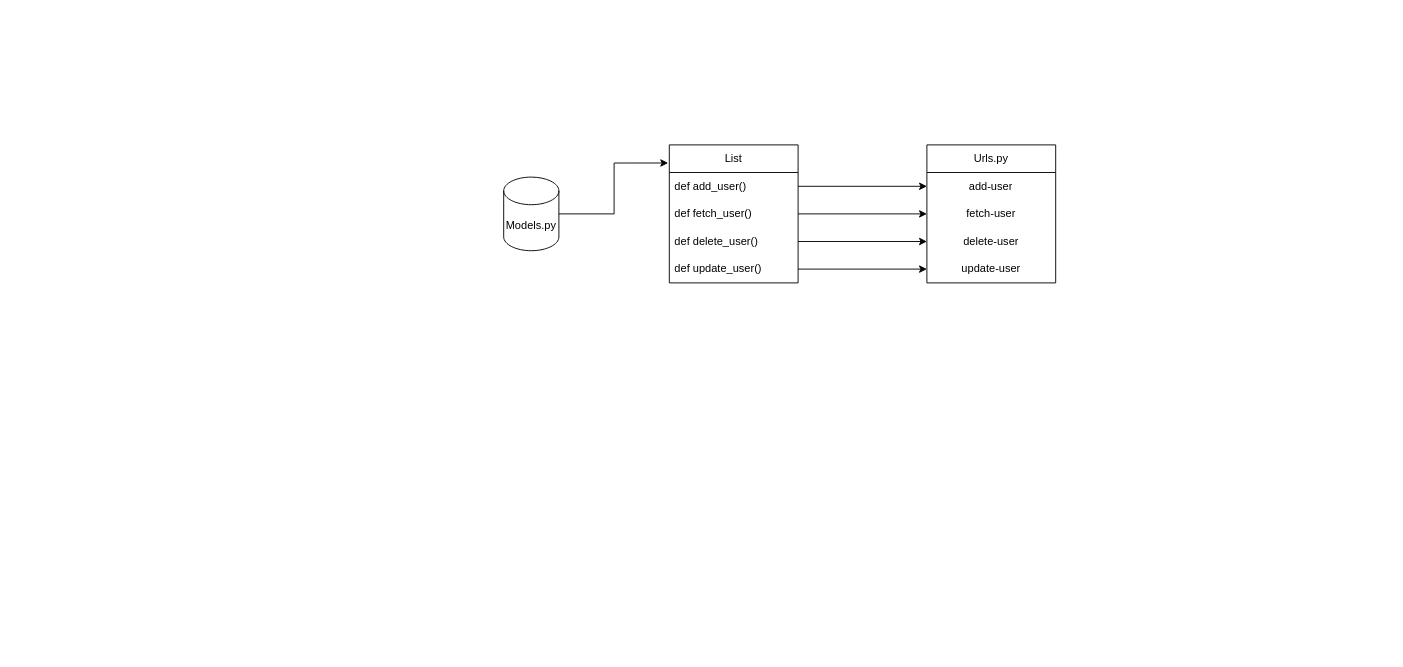
Before: Untitled Diagram.drawio in ashokpkumar/warren, a draw.io diagram. Source tidied: cells renumbered, new cells numbered last; positions are measured from the earlier drawing's top-left corner, leaving out a move shared by most shapes. Both pictures are drawn from the tidied source at 92%, with x=0, y=0 at pixel (503, 144).
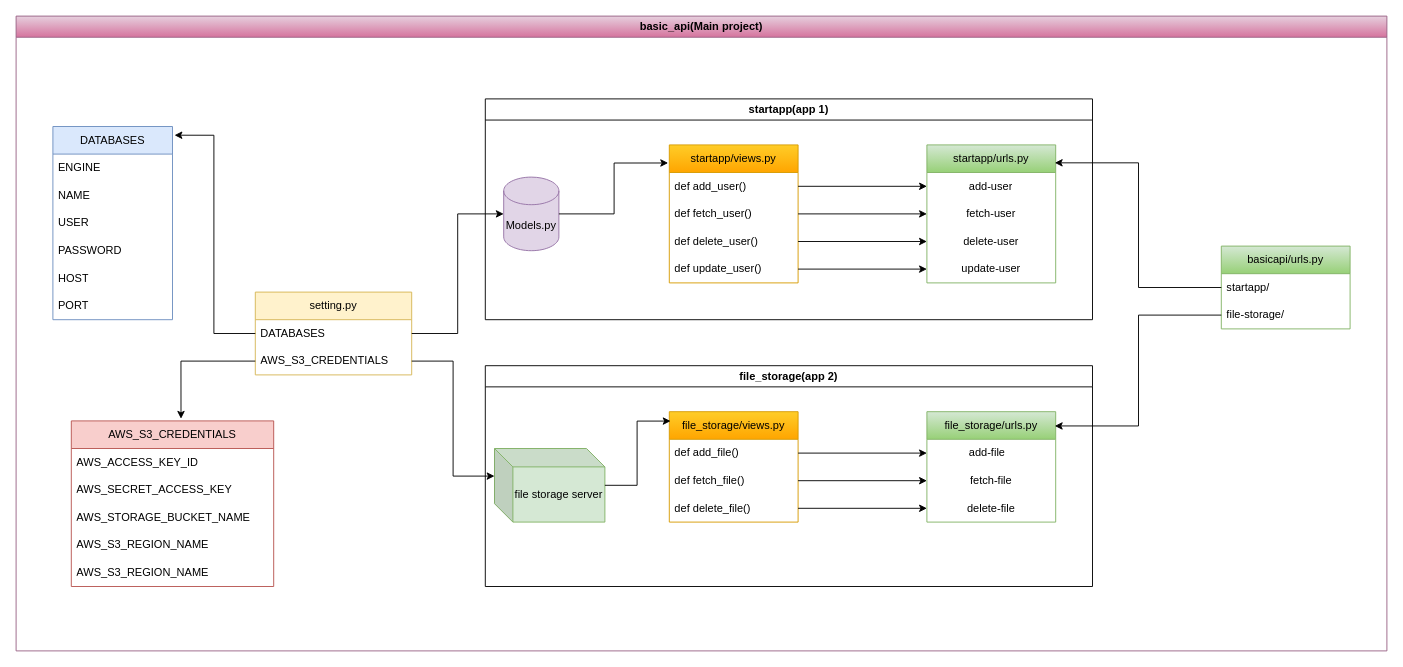
The same diagram, later.

Diff of the diagram source:
```diff
@@
-    <mxCell id="2" value="Models.py" style="shape=cylinder3;whiteSpace=wrap;html=1;boundedLbl=1;backgroundOutline=1;size=15;" parent="1" vertex="1">
+    <mxCell id="2" value="Models.py" style="shape=cylinder3;whiteSpace=wrap;html=1;boundedLbl=1;backgroundOutline=1;size=15;fillColor=#e1d5e7;strokeColor=#9673a6;" parent="1" vertex="1">
       <mxGeometry y="35" width="60" height="80" as="geometry" />
     </mxCell>
-    <mxCell id="3" value="Urls.py" style="swimlane;fontStyle=0;horizontal=1;startSize=30;whiteSpace=wrap;html=1;" parent="1" vertex="1">
+    <mxCell id="3" value="startapp/urls.py" style="swimlane;fontStyle=0;horizontal=1;startSize=30;whiteSpace=wrap;html=1;fillColor=#d5e8d4;gradientColor=#97d077;strokeColor=#82b366;" parent="1" vertex="1">
       <mxGeometry x="460" width="140" height="150" as="geometry" />
     </mxCell>
@@
-    <mxCell id="8" value="List" style="swimlane;fontStyle=0;horizontal=1;startSize=30;whiteSpace=wrap;html=1;" parent="1" vertex="1">
+    <mxCell id="8" value="startapp/views.py" style="swimlane;fontStyle=0;horizontal=1;startSize=30;whiteSpace=wrap;html=1;fillColor=#ffcd28;strokeColor=#d79b00;gradientColor=#ffa500;" parent="1" vertex="1">
       <mxGeometry x="180" width="140" height="150" as="geometry" />
     </mxCell>
@@
+    <mxCell id="18" value="startapp(app 1)" style="swimlane;whiteSpace=wrap;html=1;" parent="1" vertex="1">
+      <mxGeometry x="-20" y="-50" width="660" height="240" as="geometry" />
+    </mxCell>
+    <mxCell id="19" value="file_storage/urls.py" style="swimlane;fontStyle=0;horizontal=1;startSize=30;whiteSpace=wrap;html=1;fillColor=#d5e8d4;gradientColor=#97d077;strokeColor=#82b366;" parent="1" vertex="1">
+      <mxGeometry x="460" y="290" width="140" height="120" as="geometry" />
+    </mxCell>
+    <mxCell id="20" value="&lt;blockquote style=&quot;margin: 0 0 0 40px; border: none; padding: 0px;&quot;&gt;add-file&lt;/blockquote&gt;" style="text;strokeColor=none;fillColor=none;align=left;verticalAlign=middle;spacingLeft=4;spacingRight=4;overflow=hidden;points=[[0,0.5],[1,0.5]];portConstraint=eastwest;whiteSpace=wrap;html=1;" parent="19" vertex="1">
+      <mxGeometry y="30" width="140" height="30" as="geometry" />
+    </mxCell>
+    <mxCell id="21" value="fetch-file" style="text;strokeColor=none;fillColor=none;align=center;verticalAlign=middle;spacingLeft=4;spacingRight=4;overflow=hidden;points=[[0,0.5],[1,0.5]];portConstraint=eastwest;whiteSpace=wrap;html=1;" parent="19" vertex="1">
+      <mxGeometry y="60" width="140" height="30" as="geometry" />
+    </mxCell>
+    <mxCell id="22" value="delete-file" style="text;strokeColor=none;fillColor=none;align=center;verticalAlign=middle;spacingLeft=4;spacingRight=4;overflow=hidden;points=[[0,0.5],[1,0.5]];portConstraint=eastwest;whiteSpace=wrap;html=1;" parent="19" vertex="1">
+      <mxGeometry y="90" width="140" height="30" as="geometry" />
+    </mxCell>
+    <mxCell id="23" value="file_storage/views.py" style="swimlane;fontStyle=0;horizontal=1;startSize=30;whiteSpace=wrap;html=1;fillColor=#ffcd28;gradientColor=#ffa500;strokeColor=#d79b00;" parent="1" vertex="1">
+      <mxGeometry x="180" y="290" width="140" height="120" as="geometry" />
+    </mxCell>
+    <mxCell id="24" value="def add_file()" style="text;strokeColor=none;fillColor=none;align=left;verticalAlign=middle;spacingLeft=4;spacingRight=4;overflow=hidden;points=[[0,0.5],[1,0.5]];portConstraint=eastwest;whiteSpace=wrap;html=1;" parent="23" vertex="1">
+      <mxGeometry y="30" width="140" height="30" as="geometry" />
+    </mxCell>
+    <mxCell id="25" value="def fetch_file()" style="text;strokeColor=none;fillColor=none;align=left;verticalAlign=middle;spacingLeft=4;spacingRight=4;overflow=hidden;points=[[0,0.5],[1,0.5]];portConstraint=eastwest;whiteSpace=wrap;html=1;" parent="23" vertex="1">
+      <mxGeometry y="60" width="140" height="30" as="geometry" />
+    </mxCell>
+    <mxCell id="26" value="def delete_file()" style="text;strokeColor=none;fillColor=none;align=left;verticalAlign=middle;spacingLeft=4;spacingRight=4;overflow=hidden;points=[[0,0.5],[1,0.5]];portConstraint=eastwest;whiteSpace=wrap;html=1;" parent="23" vertex="1">
+      <mxGeometry y="90" width="140" height="30" as="geometry" />
+    </mxCell>
+    <mxCell id="27" style="edgeStyle=orthogonalEdgeStyle;rounded=0;jettySize=auto;html=1;entryX=0;entryY=0.5;entryDx=0;entryDy=0;" parent="1" edge="1" source="24" target="20">
+      <mxGeometry relative="1" as="geometry" />
+    </mxCell>
+    <mxCell id="28" style="edgeStyle=orthogonalEdgeStyle;rounded=0;jettySize=auto;html=1;entryX=0;entryY=0.5;entryDx=0;entryDy=0;" parent="1" edge="1" source="25" target="21">
+      <mxGeometry relative="1" as="geometry" />
+    </mxCell>
+    <mxCell id="29" style="edgeStyle=orthogonalEdgeStyle;rounded=0;jettySize=auto;html=1;entryX=0;entryY=0.5;entryDx=0;entryDy=0;" parent="1" edge="1" source="26" target="22">
+      <mxGeometry relative="1" as="geometry" />
+    </mxCell>
+    <mxCell id="30" value="file_storage(app 2)" style="swimlane;whiteSpace=wrap;html=1;" parent="1" vertex="1">
+      <mxGeometry x="-20" y="240" width="660" height="240" as="geometry" />
+    </mxCell>
+    <mxCell id="31" value="file storage server" style="shape=cube;whiteSpace=wrap;html=1;boundedLbl=1;backgroundOutline=1;darkOpacity=0.05;darkOpacity2=0.1;fillColor=#d5e8d4;strokeColor=#82b366;" parent="30" vertex="1">
+      <mxGeometry x="10" y="90" width="120" height="80" as="geometry" />
+    </mxCell>
+    <mxCell id="32" style="edgeStyle=orthogonalEdgeStyle;rounded=0;jettySize=auto;html=1;entryX=0.01;entryY=0.085;entryDx=0;entryDy=0;entryPerimeter=0;" parent="1" edge="1" source="31" target="23">
+      <mxGeometry relative="1" as="geometry" />
+    </mxCell>
+    <mxCell id="33" value="basic_api(Main project)" style="swimlane;whiteSpace=wrap;html=1;fillColor=#e6d0de;gradientColor=#d5739d;strokeColor=#996185;" parent="1" vertex="1">
+      <mxGeometry x="-530" y="-140" width="1490" height="690" as="geometry" />
+    </mxCell>
+    <mxCell id="34" value="basicapi/urls.py" style="swimlane;fontStyle=0;horizontal=1;startSize=30;whiteSpace=wrap;html=1;fillColor=#d5e8d4;gradientColor=#97d077;strokeColor=#82b366;" parent="33" vertex="1">
+      <mxGeometry x="1310" y="250" width="140" height="90" as="geometry" />
+    </mxCell>
+    <mxCell id="35" value="startapp/" style="text;strokeColor=none;fillColor=none;align=left;verticalAlign=middle;spacingLeft=4;spacingRight=4;overflow=hidden;points=[[0,0.5],[1,0.5]];portConstraint=eastwest;whiteSpace=wrap;html=1;" parent="34" vertex="1">
+      <mxGeometry y="30" width="140" height="30" as="geometry" />
+    </mxCell>
+    <mxCell id="36" value="file-storage/" style="text;strokeColor=none;fillColor=none;align=left;verticalAlign=middle;spacingLeft=4;spacingRight=4;overflow=hidden;points=[[0,0.5],[1,0.5]];portConstraint=eastwest;whiteSpace=wrap;html=1;" parent="34" vertex="1">
+      <mxGeometry y="60" width="140" height="30" as="geometry" />
+    </mxCell>
+    <mxCell id="37" value="setting.py" style="swimlane;fontStyle=0;horizontal=1;startSize=30;whiteSpace=wrap;html=1;fillColor=#fff2cc;strokeColor=#d6b656;" parent="33" vertex="1">
+      <mxGeometry x="260" y="300" width="170" height="90" as="geometry" />
+    </mxCell>
+    <mxCell id="38" value="DATABASES" style="text;strokeColor=none;fillColor=none;align=left;verticalAlign=middle;spacingLeft=4;spacingRight=4;overflow=hidden;points=[[0,0.5],[1,0.5]];portConstraint=eastwest;whiteSpace=wrap;html=1;" parent="37" vertex="1">
+      <mxGeometry y="30" width="170" height="30" as="geometry" />
+    </mxCell>
+    <mxCell id="39" value="AWS_S3_CREDENTIALS" style="text;strokeColor=none;fillColor=none;align=left;verticalAlign=middle;spacingLeft=4;spacingRight=4;overflow=hidden;points=[[0,0.5],[1,0.5]];portConstraint=eastwest;whiteSpace=wrap;html=1;" parent="37" vertex="1">
+      <mxGeometry y="60" width="170" height="30" as="geometry" />
+    </mxCell>
+    <mxCell id="40" value="DATABASES" style="swimlane;fontStyle=0;horizontal=1;startSize=30;whiteSpace=wrap;html=1;fillColor=#dae8fc;strokeColor=#6c8ebf;" parent="33" vertex="1">
+      <mxGeometry x="40" y="120" width="130" height="210" as="geometry" />
+    </mxCell>
+    <mxCell id="41" value="ENGINE" style="text;strokeColor=none;fillColor=none;align=left;verticalAlign=middle;spacingLeft=4;spacingRight=4;overflow=hidden;whiteSpace=wrap;html=1;" parent="40" vertex="1">
+      <mxGeometry y="30" width="130" height="30" as="geometry" />
+    </mxCell>
+    <mxCell id="42" value="NAME" style="text;strokeColor=none;fillColor=none;align=left;verticalAlign=middle;spacingLeft=4;spacingRight=4;overflow=hidden;whiteSpace=wrap;html=1;" parent="40" vertex="1">
+      <mxGeometry y="60" width="130" height="30" as="geometry" />
+    </mxCell>
+    <mxCell id="43" value="USER" style="text;strokeColor=none;fillColor=none;align=left;verticalAlign=middle;spacingLeft=4;spacingRight=4;overflow=hidden;whiteSpace=wrap;html=1;" parent="40" vertex="1">
+      <mxGeometry y="90" width="130" height="30" as="geometry" />
+    </mxCell>
+    <mxCell id="44" value="PASSWORD" style="text;strokeColor=none;fillColor=none;align=left;verticalAlign=middle;spacingLeft=4;spacingRight=4;overflow=hidden;whiteSpace=wrap;html=1;" parent="40" vertex="1">
+      <mxGeometry y="120" width="130" height="30" as="geometry" />
+    </mxCell>
+    <mxCell id="45" value="HOST" style="text;strokeColor=none;fillColor=none;align=left;verticalAlign=middle;spacingLeft=4;spacingRight=4;overflow=hidden;whiteSpace=wrap;html=1;" parent="40" vertex="1">
+      <mxGeometry y="150" width="130" height="30" as="geometry" />
+    </mxCell>
+    <mxCell id="46" value="PORT" style="text;strokeColor=none;fillColor=none;align=left;verticalAlign=middle;spacingLeft=4;spacingRight=4;overflow=hidden;whiteSpace=wrap;html=1;" parent="40" vertex="1">
+      <mxGeometry y="180" width="130" height="30" as="geometry" />
+    </mxCell>
+    <mxCell id="47" value="AWS_S3_CREDENTIALS" style="swimlane;fontStyle=0;horizontal=1;startSize=30;whiteSpace=wrap;html=1;fillColor=#f8cecc;strokeColor=#b85450;" parent="33" vertex="1">
+      <mxGeometry x="60" y="440" width="220" height="180" as="geometry" />
+    </mxCell>
+    <mxCell id="48" value="AWS_ACCESS_KEY_ID" style="text;strokeColor=none;fillColor=none;align=left;verticalAlign=middle;spacingLeft=4;spacingRight=4;overflow=hidden;whiteSpace=wrap;html=1;" parent="47" vertex="1">
+      <mxGeometry y="30" width="220" height="30" as="geometry" />
+    </mxCell>
+    <mxCell id="49" value="AWS_SECRET_ACCESS_KEY" style="text;strokeColor=none;fillColor=none;align=left;verticalAlign=middle;spacingLeft=4;spacingRight=4;overflow=hidden;whiteSpace=wrap;html=1;" parent="47" vertex="1">
+      <mxGeometry y="60" width="220" height="30" as="geometry" />
+    </mxCell>
+    <mxCell id="50" value="AWS_STORAGE_BUCKET_NAME" style="text;strokeColor=none;fillColor=none;align=left;verticalAlign=middle;spacingLeft=4;spacingRight=4;overflow=hidden;whiteSpace=wrap;html=1;" parent="47" vertex="1">
+      <mxGeometry y="90" width="220" height="30" as="geometry" />
+    </mxCell>
+    <mxCell id="51" value="AWS_S3_REGION_NAME" style="text;strokeColor=none;fillColor=none;align=left;verticalAlign=middle;spacingLeft=4;spacingRight=4;overflow=hidden;whiteSpace=wrap;html=1;" parent="47" vertex="1">
+      <mxGeometry y="120" width="220" height="30" as="geometry" />
+    </mxCell>
+    <mxCell id="52" value="AWS_S3_REGION_NAME" style="text;strokeColor=none;fillColor=none;align=left;verticalAlign=middle;spacingLeft=4;spacingRight=4;overflow=hidden;whiteSpace=wrap;html=1;" parent="47" vertex="1">
+      <mxGeometry y="150" width="220" height="30" as="geometry" />
+    </mxCell>
+    <mxCell id="53" style="edgeStyle=orthogonalEdgeStyle;rounded=0;jettySize=auto;html=1;entryX=1.017;entryY=0.045;entryDx=0;entryDy=0;entryPerimeter=0;" parent="33" edge="1" source="38" target="40">
+      <mxGeometry relative="1" as="geometry" />
+    </mxCell>
+    <mxCell id="54" style="edgeStyle=orthogonalEdgeStyle;rounded=0;jettySize=auto;html=1;entryX=0.542;entryY=-0.013;entryDx=0;entryDy=0;entryPerimeter=0;" parent="33" edge="1" source="39" target="47">
+      <mxGeometry relative="1" as="geometry" />
+    </mxCell>
+    <mxCell id="55" style="edgeStyle=orthogonalEdgeStyle;rounded=0;jettySize=auto;html=1;entryX=0.993;entryY=0.13;entryDx=0;entryDy=0;entryPerimeter=0;" parent="1" edge="1" source="35" target="3">
+      <mxGeometry relative="1" as="geometry" />
+    </mxCell>
+    <mxCell id="56" style="edgeStyle=orthogonalEdgeStyle;rounded=0;jettySize=auto;html=1;entryX=0.993;entryY=0.129;entryDx=0;entryDy=0;entryPerimeter=0;" parent="1" edge="1" source="36" target="19">
+      <mxGeometry relative="1" as="geometry" />
+    </mxCell>
+    <mxCell id="57" style="edgeStyle=orthogonalEdgeStyle;rounded=0;jettySize=auto;html=1;entryX=0;entryY=0.5;entryDx=0;entryDy=0;entryPerimeter=0;" parent="1" edge="1" source="38" target="2">
+      <mxGeometry relative="1" as="geometry" />
+    </mxCell>
+    <mxCell id="58" style="edgeStyle=orthogonalEdgeStyle;rounded=0;jettySize=auto;html=1;entryX=0;entryY=0;entryDx=0;entryDy=30;entryPerimeter=0;" parent="1" edge="1" source="39" target="31">
+      <mxGeometry relative="1" as="geometry" />
+    </mxCell>
```
